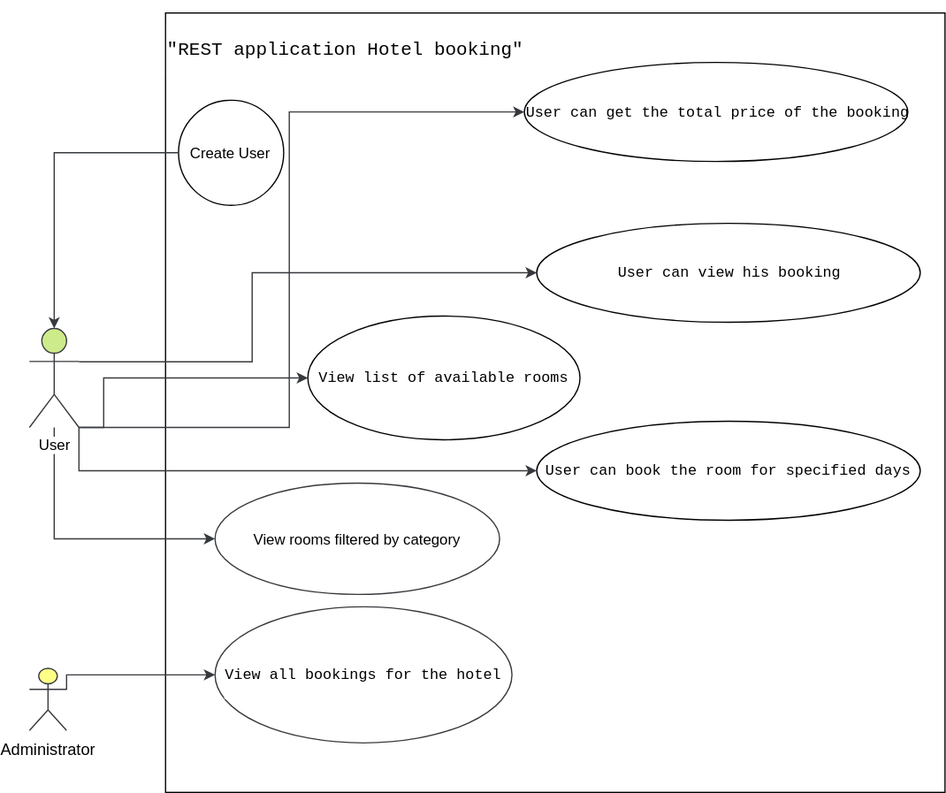
This is Diagrams/UMLDiagrams/UML Use Case Diagram.svg from BogushAleksandr/RestAppHotelbooking, a draw.io export, as it was before one commit. Source tidied: cells renumbered, new cells last; positions are measured from the earlier drawing's top-left corner, leaving out a move shared by most shapes. Its diagram source:
```xml
<mxGraphModel background="#ffffff">
  <root>
    <mxCell id="0" />
    <mxCell id="1" parent="0" />
    <mxCell id="2" value="&lt;pre&gt;&lt;br&gt;&lt;/pre&gt;" style="whiteSpace=wrap;html=1;shadow=0;strokeColor=#000000;fillColor=none;" parent="1" vertex="1">
      <mxGeometry x="110" y="10" width="630" height="630" as="geometry" />
    </mxCell>
    <mxCell id="3" style="edgeStyle=orthogonalEdgeStyle;rounded=0;html=1;entryX=0;entryY=0.5;jettySize=auto;fontColor=#000000;fillColor=#ffff88;strokeColor=#36393d;exitX=1;exitY=1;exitPerimeter=0;" parent="1" edge="1" source="7" target="8">
      <mxGeometry relative="1" as="geometry">
        <Array as="points">
          <mxPoint x="60" y="345" />
          <mxPoint x="60" y="305" />
        </Array>
      </mxGeometry>
    </mxCell>
    <mxCell id="4" style="edgeStyle=orthogonalEdgeStyle;rounded=0;entryX=0;entryY=0.5;jettySize=auto;fontSize=12;fontColor=#000000;labelBackgroundColor=none;fillColor=#ffff88;strokeColor=#36393d;" parent="1" edge="1" source="7" target="9">
      <mxGeometry relative="1" as="geometry">
        <Array as="points">
          <mxPoint x="20" y="435" />
        </Array>
      </mxGeometry>
    </mxCell>
    <mxCell id="5" style="edgeStyle=orthogonalEdgeStyle;rounded=0;html=0;exitX=1;exitY=1;exitPerimeter=0;labelBackgroundColor=none;jettySize=auto;fontSize=13;fontColor=#000000;fillColor=#cce5ff;strokeColor=#36393d;" parent="1" edge="1" source="7" target="15">
      <mxGeometry relative="1" as="geometry" />
    </mxCell>
    <mxCell id="6" style="edgeStyle=orthogonalEdgeStyle;rounded=0;html=0;entryX=0;entryY=0.5;labelBackgroundColor=none;jettySize=auto;fontSize=13;fontColor=#000000;fillColor=#cce5ff;strokeColor=#36393d;exitX=1;exitY=1;exitPerimeter=0;" parent="1" edge="1" source="7" target="17">
      <mxGeometry relative="1" as="geometry">
        <Array as="points">
          <mxPoint x="210" y="345" />
          <mxPoint x="210" y="90" />
        </Array>
      </mxGeometry>
    </mxCell>
    <mxCell id="7" value="&lt;font color=&quot;#000000&quot;&gt;User&lt;/font&gt;&lt;br&gt;" style="shape=umlActor;verticalLabelPosition=bottom;labelBackgroundColor=#ffffff;verticalAlign=top;html=1;outlineConnect=0;strokeColor=#36393d;shadow=0;fillColor=#cdeb8b;" parent="1" vertex="1">
      <mxGeometry y="265" width="40" height="80" as="geometry" />
    </mxCell>
    <mxCell id="8" value="&lt;pre&gt;&lt;font color=&quot;#000000&quot;&gt;View list of available rooms&lt;/font&gt;&lt;/pre&gt;" style="ellipse;whiteSpace=wrap;html=1;shadow=0;strokeColor=#000000;fillColor=none;gradientColor=none;" parent="1" vertex="1">
      <mxGeometry x="224.5" y="255" width="220" height="100" as="geometry" />
    </mxCell>
    <mxCell id="9" value="&lt;span style=&quot;font-size: 12px&quot;&gt;&lt;font color=&quot;#000000&quot;&gt;View rooms filtered by category&lt;/font&gt;&lt;/span&gt;" style="ellipse;whiteSpace=wrap;html=1;shadow=0;labelBackgroundColor=#ffffff;strokeColor=#36393d;fillColor=none;fontSize=12;" parent="1" vertex="1">
      <mxGeometry x="150" y="390" width="230" height="90" as="geometry" />
    </mxCell>
    <mxCell id="10" value="&lt;pre&gt;&lt;font color=&quot;#000000&quot;&gt;View all bookings for the hotel&lt;/font&gt;&lt;/pre&gt;" style="ellipse;whiteSpace=wrap;html=1;shadow=0;labelBackgroundColor=#ffffff;strokeColor=#36393d;fillColor=none;fontSize=12;" parent="1" vertex="1">
      <mxGeometry x="150" y="490" width="240" height="110" as="geometry" />
    </mxCell>
    <mxCell id="11" style="edgeStyle=orthogonalEdgeStyle;rounded=0;html=0;entryX=0.5;entryY=0;entryPerimeter=0;labelBackgroundColor=none;jettySize=auto;fontSize=12;fontColor=#000000;fillColor=#cce5ff;strokeColor=#36393d;" parent="1" edge="1" source="12" target="7">
      <mxGeometry relative="1" as="geometry" />
    </mxCell>
    <mxCell id="12" value="Create User" style="ellipse;whiteSpace=wrap;html=1;shadow=0;labelBackgroundColor=#ffffff;strokeColor=#000000;fillColor=none;gradientColor=none;fontSize=12;fontColor=#000000;" parent="1" vertex="1">
      <mxGeometry x="120" y="80" width="85" height="85" as="geometry" />
    </mxCell>
    <mxCell id="13" value="&lt;pre&gt;&lt;span&gt;&lt;font style=&quot;font-size: 15px&quot;&gt;&quot;REST application Hotel booking&quot;&lt;/font&gt;&lt;/span&gt;&lt;/pre&gt;" style="text;html=1;strokeColor=none;fillColor=none;align=center;verticalAlign=middle;whiteSpace=wrap;rounded=0;shadow=0;labelBackgroundColor=#ffffff;fontSize=13;fontColor=#000000;" parent="1" vertex="1">
      <mxGeometry x="110" width="290" height="80" as="geometry" />
    </mxCell>
    <mxCell id="14" style="edgeStyle=orthogonalEdgeStyle;rounded=0;html=0;labelBackgroundColor=none;jettySize=auto;fontSize=13;fontColor=#000000;fillColor=#eeeeee;strokeColor=#36393d;exitX=1;exitY=0.3333333333333333;exitPerimeter=0;" parent="1" edge="1" source="7" target="16">
      <mxGeometry relative="1" as="geometry">
        <Array as="points">
          <mxPoint x="180" y="292" />
          <mxPoint x="180" y="220" />
        </Array>
      </mxGeometry>
    </mxCell>
    <mxCell id="15" value="&lt;pre&gt;&lt;pre&gt;&lt;font color=&quot;#000000&quot;&gt;User can book the room for specified days&lt;/font&gt;&lt;/pre&gt;&lt;/pre&gt;" style="ellipse;whiteSpace=wrap;html=1;shadow=0;strokeColor=#000000;fillColor=none;gradientColor=none;" parent="1" vertex="1">
      <mxGeometry x="410" y="340" width="310" height="80" as="geometry" />
    </mxCell>
    <mxCell id="16" value="&lt;pre&gt;&lt;pre&gt;&lt;pre&gt;&lt;font color=&quot;#000000&quot;&gt;User can view his booking&lt;/font&gt;&lt;/pre&gt;&lt;/pre&gt;&lt;/pre&gt;" style="ellipse;whiteSpace=wrap;html=1;shadow=0;strokeColor=#000000;fillColor=none;gradientColor=none;" parent="1" vertex="1">
      <mxGeometry x="410" y="180" width="310" height="80" as="geometry" />
    </mxCell>
    <mxCell id="17" value="&lt;pre&gt;&lt;pre&gt;&lt;pre&gt;&lt;pre&gt;&lt;font color=&quot;#000000&quot;&gt;User can get the total price of the booking&lt;/font&gt;&lt;/pre&gt;&lt;/pre&gt;&lt;/pre&gt;&lt;/pre&gt;" style="ellipse;whiteSpace=wrap;html=1;shadow=0;strokeColor=#000000;fillColor=none;gradientColor=none;" parent="1" vertex="1">
      <mxGeometry x="400" y="50" width="310" height="80" as="geometry" />
    </mxCell>
    <mxCell id="18" style="edgeStyle=orthogonalEdgeStyle;rounded=0;html=0;entryX=0;entryY=0.5;labelBackgroundColor=none;jettySize=auto;fontSize=13;fontColor=#000000;fillColor=#cce5ff;strokeColor=#36393d;exitX=1;exitY=0.3333333333333333;exitPerimeter=0;" parent="1" edge="1" source="19" target="10">
      <mxGeometry relative="1" as="geometry">
        <Array as="points">
          <mxPoint x="30" y="545" />
        </Array>
      </mxGeometry>
    </mxCell>
    <mxCell id="19" value="&lt;font color=&quot;#000000&quot;&gt;Administrator&lt;/font&gt;" style="shape=umlActor;verticalLabelPosition=bottom;labelBackgroundColor=#ffffff;verticalAlign=top;html=1;outlineConnect=0;shadow=0;strokeColor=#36393d;fillColor=#ffff88;fontSize=13;" parent="1" vertex="1">
      <mxGeometry y="540" width="30" height="50" as="geometry" />
    </mxCell>
  </root>
</mxGraphModel>
```
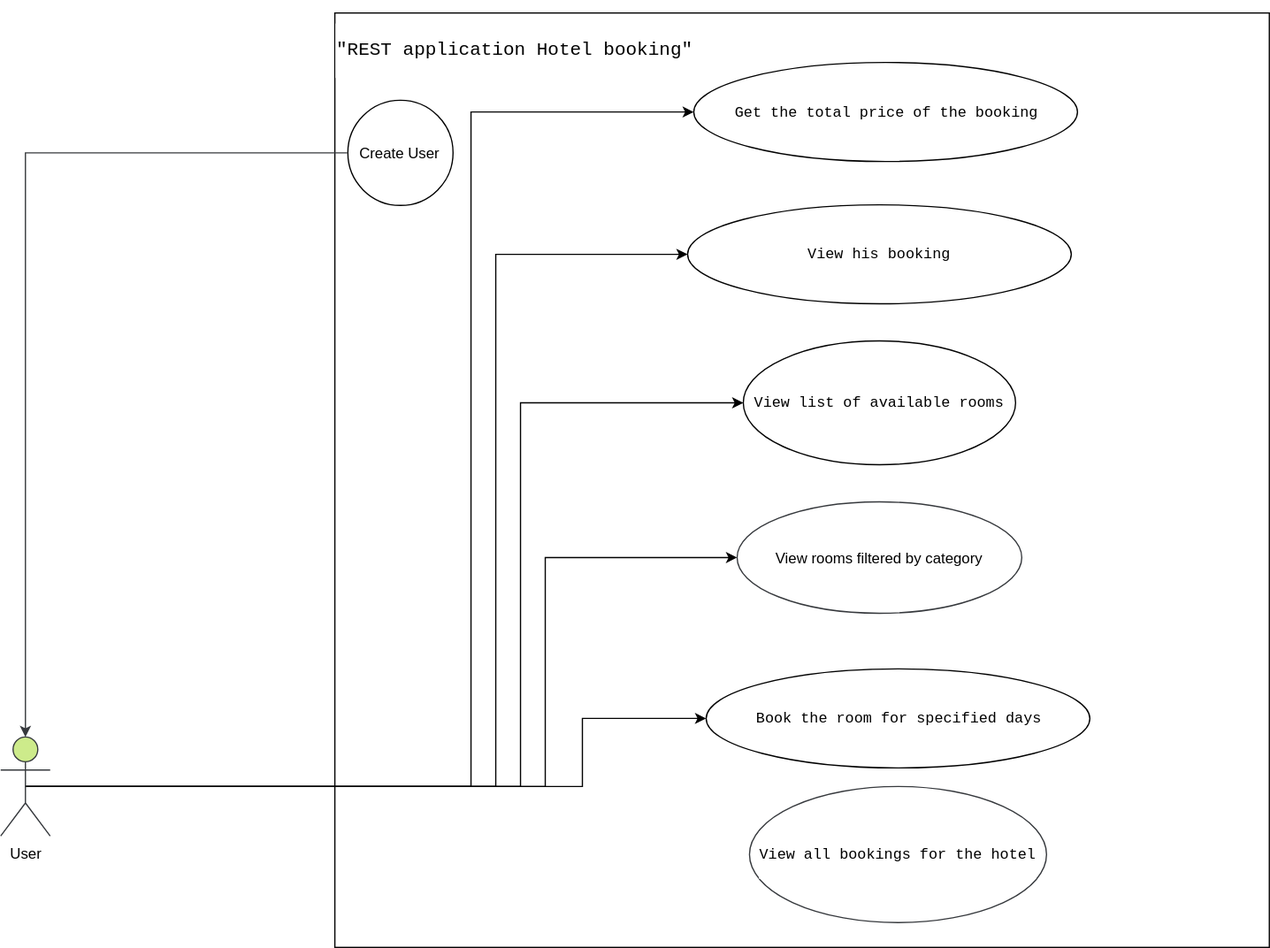
Above is the later version.

Change to the diagram source:
```diff
@@ -3,45 +3,59 @@
     <mxCell id="0" />
     <mxCell id="1" parent="0" />
     <mxCell id="2" value="&lt;pre&gt;&lt;br&gt;&lt;/pre&gt;" style="whiteSpace=wrap;html=1;shadow=0;strokeColor=#000000;fillColor=none;" parent="1" vertex="1">
-      <mxGeometry x="110" y="10" width="630" height="630" as="geometry" />
+      <mxGeometry x="110" y="10" width="755" height="755" as="geometry" />
     </mxCell>
+    <mxCell id="6" style="edgeStyle=orthogonalEdgeStyle;rounded=0;html=1;exitX=0.5;exitY=0.5;exitPerimeter=0;entryX=0;entryY=0.5;jettySize=auto;" parent="1" edge="1" source="7" target="17">
+      <mxGeometry relative="1" as="geometry">
+        <Array as="points">
+          <mxPoint x="220" y="635" />
+          <mxPoint x="220" y="90" />
+        </Array>
+      </mxGeometry>
+    </mxCell>
+    <mxCell id="14" style="edgeStyle=orthogonalEdgeStyle;rounded=0;html=1;exitX=0.5;exitY=0.5;exitPerimeter=0;entryX=0;entryY=0.5;jettySize=auto;" parent="1" edge="1" source="7" target="16">
+      <mxGeometry relative="1" as="geometry">
+        <Array as="points">
+          <mxPoint x="240" y="635" />
+          <mxPoint x="240" y="205" />
+        </Array>
+      </mxGeometry>
+    </mxCell>
-    <mxCell id="3" style="edgeStyle=orthogonalEdgeStyle;rounded=0;html=1;entryX=0;entryY=0.5;jettySize=auto;fontColor=#000000;fillColor=#ffff88;strokeColor=#36393d;exitX=1;exitY=1;exitPerimeter=0;" parent="1" edge="1" source="7" target="8">
+    <mxCell id="3" style="edgeStyle=orthogonalEdgeStyle;rounded=0;html=1;exitX=0.5;exitY=0.5;exitPerimeter=0;entryX=0;entryY=0.5;jettySize=auto;" parent="1" edge="1" source="7" target="8">
       <mxGeometry relative="1" as="geometry">
         <Array as="points">
-          <mxPoint x="60" y="345" />
-          <mxPoint x="60" y="305" />
+          <mxPoint x="260" y="635" />
+          <mxPoint x="260" y="325" />
         </Array>
       </mxGeometry>
     </mxCell>
-    <mxCell id="4" style="edgeStyle=orthogonalEdgeStyle;rounded=0;entryX=0;entryY=0.5;jettySize=auto;fontSize=12;fontColor=#000000;labelBackgroundColor=none;fillColor=#ffff88;strokeColor=#36393d;" parent="1" edge="1" source="7" target="9">
+    <mxCell id="4" style="edgeStyle=orthogonalEdgeStyle;rounded=0;html=1;exitX=0.5;exitY=0.5;exitPerimeter=0;entryX=0;entryY=0.5;jettySize=auto;" parent="1" edge="1" source="7" target="9">
       <mxGeometry relative="1" as="geometry">
         <Array as="points">
-          <mxPoint x="20" y="435" />
+          <mxPoint x="280" y="635" />
+          <mxPoint x="280" y="450" />
         </Array>
       </mxGeometry>
     </mxCell>
-    <mxCell id="5" style="edgeStyle=orthogonalEdgeStyle;rounded=0;html=0;exitX=1;exitY=1;exitPerimeter=0;labelBackgroundColor=none;jettySize=auto;fontSize=13;fontColor=#000000;fillColor=#cce5ff;strokeColor=#36393d;" parent="1" edge="1" source="7" target="15">
-      <mxGeometry relative="1" as="geometry" />
+    <mxCell id="5" style="edgeStyle=orthogonalEdgeStyle;rounded=0;html=1;exitX=0.5;exitY=0.5;exitPerimeter=0;entryX=0;entryY=0.5;jettySize=auto;" parent="1" edge="1" source="7" target="15">
+      <mxGeometry relative="1" as="geometry">
+        <Array as="points">
+          <mxPoint x="310" y="635" />
+          <mxPoint x="310" y="580" />
+        </Array>
+      </mxGeometry>
     </mxCell>
-    <mxCell id="6" style="edgeStyle=orthogonalEdgeStyle;rounded=0;html=0;entryX=0;entryY=0.5;labelBackgroundColor=none;jettySize=auto;fontSize=13;fontColor=#000000;fillColor=#cce5ff;strokeColor=#36393d;exitX=1;exitY=1;exitPerimeter=0;" parent="1" edge="1" source="7" target="17">
-      <mxGeometry relative="1" as="geometry">
-        <Array as="points">
-          <mxPoint x="210" y="345" />
-          <mxPoint x="210" y="90" />
-        </Array>
-      </mxGeometry>
-    </mxCell>
     <mxCell id="7" value="&lt;font color=&quot;#000000&quot;&gt;User&lt;/font&gt;&lt;br&gt;" style="shape=umlActor;verticalLabelPosition=bottom;labelBackgroundColor=#ffffff;verticalAlign=top;html=1;outlineConnect=0;strokeColor=#36393d;shadow=0;fillColor=#cdeb8b;" parent="1" vertex="1">
-      <mxGeometry y="265" width="40" height="80" as="geometry" />
+      <mxGeometry x="-160" y="595" width="40" height="80" as="geometry" />
     </mxCell>
     <mxCell id="8" value="&lt;pre&gt;&lt;font color=&quot;#000000&quot;&gt;View list of available rooms&lt;/font&gt;&lt;/pre&gt;" style="ellipse;whiteSpace=wrap;html=1;shadow=0;strokeColor=#000000;fillColor=none;gradientColor=none;" parent="1" vertex="1">
-      <mxGeometry x="224.5" y="255" width="220" height="100" as="geometry" />
+      <mxGeometry x="440" y="275" width="220" height="100" as="geometry" />
     </mxCell>
     <mxCell id="9" value="&lt;span style=&quot;font-size: 12px&quot;&gt;&lt;font color=&quot;#000000&quot;&gt;View rooms filtered by category&lt;/font&gt;&lt;/span&gt;" style="ellipse;whiteSpace=wrap;html=1;shadow=0;labelBackgroundColor=#ffffff;strokeColor=#36393d;fillColor=none;fontSize=12;" parent="1" vertex="1">
-      <mxGeometry x="150" y="390" width="230" height="90" as="geometry" />
+      <mxGeometry x="435" y="405" width="230" height="90" as="geometry" />
     </mxCell>
     <mxCell id="10" value="&lt;pre&gt;&lt;font color=&quot;#000000&quot;&gt;View all bookings for the hotel&lt;/font&gt;&lt;/pre&gt;" style="ellipse;whiteSpace=wrap;html=1;shadow=0;labelBackgroundColor=#ffffff;strokeColor=#36393d;fillColor=none;fontSize=12;" parent="1" vertex="1">
-      <mxGeometry x="150" y="490" width="240" height="110" as="geometry" />
+      <mxGeometry x="445" y="635" width="240" height="110" as="geometry" />
     </mxCell>
     <mxCell id="11" style="edgeStyle=orthogonalEdgeStyle;rounded=0;html=0;entryX=0.5;entryY=0;entryPerimeter=0;labelBackgroundColor=none;jettySize=auto;fontSize=12;fontColor=#000000;fillColor=#cce5ff;strokeColor=#36393d;" parent="1" edge="1" source="12" target="7">
       <mxGeometry relative="1" as="geometry" />
@@ -52,32 +66,14 @@
     <mxCell id="13" value="&lt;pre&gt;&lt;span&gt;&lt;font style=&quot;font-size: 15px&quot;&gt;&quot;REST application Hotel booking&quot;&lt;/font&gt;&lt;/span&gt;&lt;/pre&gt;" style="text;html=1;strokeColor=none;fillColor=none;align=center;verticalAlign=middle;whiteSpace=wrap;rounded=0;shadow=0;labelBackgroundColor=#ffffff;fontSize=13;fontColor=#000000;" parent="1" vertex="1">
       <mxGeometry x="110" width="290" height="80" as="geometry" />
     </mxCell>
-    <mxCell id="14" style="edgeStyle=orthogonalEdgeStyle;rounded=0;html=0;labelBackgroundColor=none;jettySize=auto;fontSize=13;fontColor=#000000;fillColor=#eeeeee;strokeColor=#36393d;exitX=1;exitY=0.3333333333333333;exitPerimeter=0;" parent="1" edge="1" source="7" target="16">
-      <mxGeometry relative="1" as="geometry">
-        <Array as="points">
-          <mxPoint x="180" y="292" />
-          <mxPoint x="180" y="220" />
-        </Array>
-      </mxGeometry>
-    </mxCell>
-    <mxCell id="15" value="&lt;pre&gt;&lt;pre&gt;&lt;font color=&quot;#000000&quot;&gt;User can book the room for specified days&lt;/font&gt;&lt;/pre&gt;&lt;/pre&gt;" style="ellipse;whiteSpace=wrap;html=1;shadow=0;strokeColor=#000000;fillColor=none;gradientColor=none;" parent="1" vertex="1">
-      <mxGeometry x="410" y="340" width="310" height="80" as="geometry" />
+    <mxCell id="15" value="&lt;pre&gt;&lt;pre&gt;&lt;font color=&quot;#000000&quot;&gt;Book the room for specified days&lt;/font&gt;&lt;/pre&gt;&lt;/pre&gt;" style="ellipse;whiteSpace=wrap;html=1;shadow=0;strokeColor=#000000;fillColor=none;gradientColor=none;" parent="1" vertex="1">
+      <mxGeometry x="410" y="539.5" width="310" height="80" as="geometry" />
     </mxCell>
-    <mxCell id="16" value="&lt;pre&gt;&lt;pre&gt;&lt;pre&gt;&lt;font color=&quot;#000000&quot;&gt;User can view his booking&lt;/font&gt;&lt;/pre&gt;&lt;/pre&gt;&lt;/pre&gt;" style="ellipse;whiteSpace=wrap;html=1;shadow=0;strokeColor=#000000;fillColor=none;gradientColor=none;" parent="1" vertex="1">
-      <mxGeometry x="410" y="180" width="310" height="80" as="geometry" />
+    <mxCell id="16" value="&lt;pre&gt;&lt;pre&gt;&lt;pre&gt;&lt;font color=&quot;#000000&quot;&gt;View his booking&lt;/font&gt;&lt;/pre&gt;&lt;/pre&gt;&lt;/pre&gt;" style="ellipse;whiteSpace=wrap;html=1;shadow=0;strokeColor=#000000;fillColor=none;gradientColor=none;" parent="1" vertex="1">
+      <mxGeometry x="395" y="165" width="310" height="80" as="geometry" />
     </mxCell>
-    <mxCell id="17" value="&lt;pre&gt;&lt;pre&gt;&lt;pre&gt;&lt;pre&gt;&lt;font color=&quot;#000000&quot;&gt;User can get the total price of the booking&lt;/font&gt;&lt;/pre&gt;&lt;/pre&gt;&lt;/pre&gt;&lt;/pre&gt;" style="ellipse;whiteSpace=wrap;html=1;shadow=0;strokeColor=#000000;fillColor=none;gradientColor=none;" parent="1" vertex="1">
+    <mxCell id="17" value="&lt;pre&gt;&lt;pre&gt;&lt;pre&gt;&lt;pre&gt;&lt;font color=&quot;#000000&quot;&gt;Get the total price of the booking&lt;/font&gt;&lt;/pre&gt;&lt;/pre&gt;&lt;/pre&gt;&lt;/pre&gt;" style="ellipse;whiteSpace=wrap;html=1;shadow=0;strokeColor=#000000;fillColor=none;gradientColor=none;" parent="1" vertex="1">
       <mxGeometry x="400" y="50" width="310" height="80" as="geometry" />
     </mxCell>
-    <mxCell id="18" style="edgeStyle=orthogonalEdgeStyle;rounded=0;html=0;entryX=0;entryY=0.5;labelBackgroundColor=none;jettySize=auto;fontSize=13;fontColor=#000000;fillColor=#cce5ff;strokeColor=#36393d;exitX=1;exitY=0.3333333333333333;exitPerimeter=0;" parent="1" edge="1" source="19" target="10">
-      <mxGeometry relative="1" as="geometry">
-        <Array as="points">
-          <mxPoint x="30" y="545" />
-        </Array>
-      </mxGeometry>
-    </mxCell>
-    <mxCell id="19" value="&lt;font color=&quot;#000000&quot;&gt;Administrator&lt;/font&gt;" style="shape=umlActor;verticalLabelPosition=bottom;labelBackgroundColor=#ffffff;verticalAlign=top;html=1;outlineConnect=0;shadow=0;strokeColor=#36393d;fillColor=#ffff88;fontSize=13;" parent="1" vertex="1">
-      <mxGeometry y="540" width="30" height="50" as="geometry" />
-    </mxCell>
   </root>
 </mxGraphModel>
```
